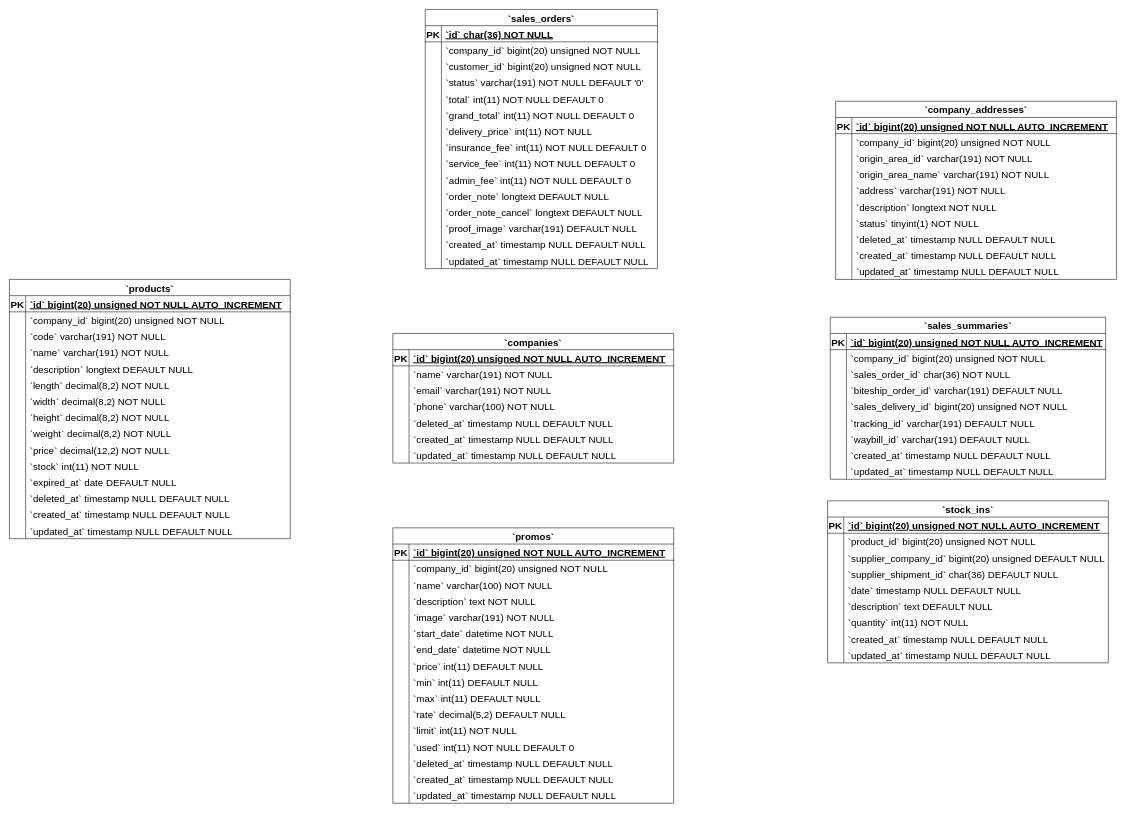
Before: Companies ERD Split Diagram 2.drawio in Simasco/diagram, a draw.io diagram. Source tidied: cells renumbered, new cells numbered last; positions are measured from the earlier drawing's top-left corner, leaving out a move shared by most shapes. Both pictures are drawn from the tidied source at 54%, with x=0, y=0 at pixel (9, 9).
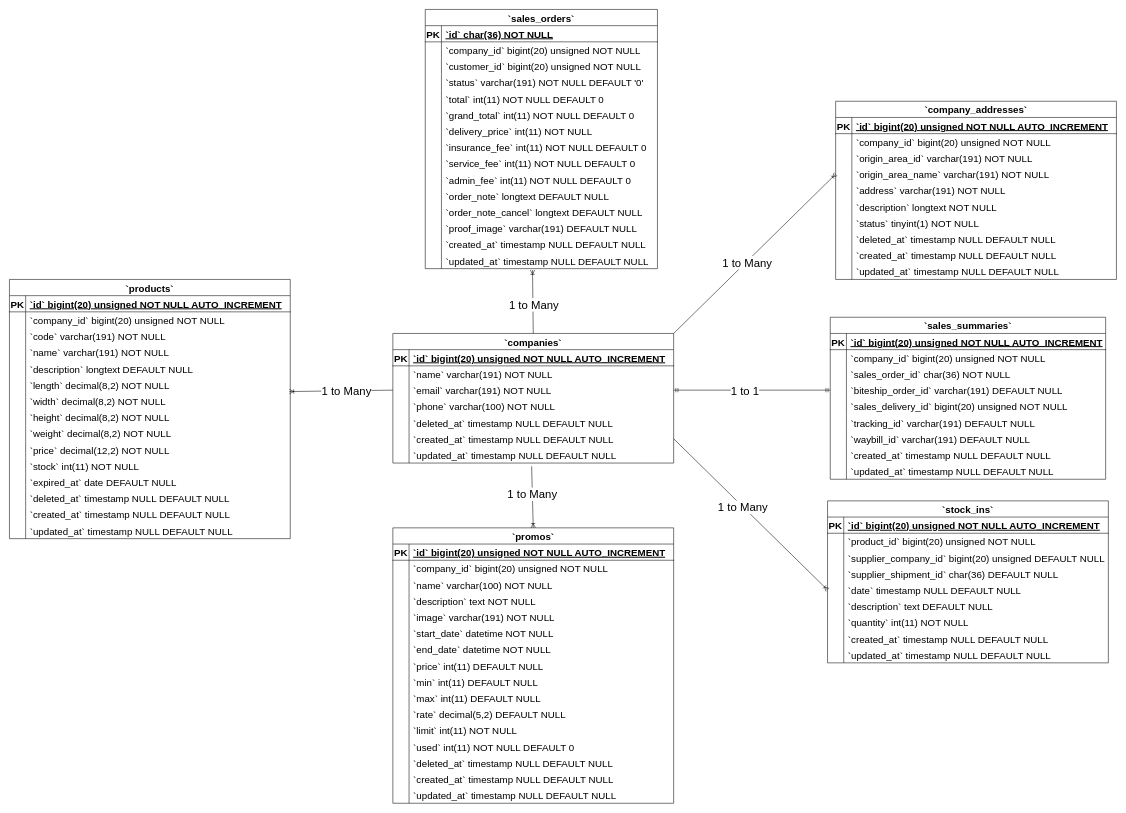
The same page after the edit.

The change refers to these unchanged cells:
```xml
<mxCell id="2" value="`companies`" style="shape=table;startSize=30;childLayout=tableLayout;rowLines=0;fontStyle=1;align=center;fontSize=18;" parent="1" vertex="1">
  <mxGeometry x="710" y="600" width="520" height="240" as="geometry" />
</mxCell>
<mxCell id="9" style="shape=tableRow;horizontal=0;startSize=0;swimlaneHead=0;swimlaneBody=0;fillColor=none;points=[[0,0.5],[1,0.5]];portConstraint=eastwest;strokeColor=inherit;top=0;left=0;right=0;bottom=0;fontSize=18;" parent="2" vertex="1">
  <mxGeometry y="90" width="520" height="30" as="geometry" />
</mxCell>
<mxCell id="18" style="shape=tableRow;horizontal=0;startSize=0;swimlaneHead=0;swimlaneBody=0;fillColor=none;points=[[0,0.5],[1,0.5]];portConstraint=eastwest;strokeColor=inherit;top=0;left=0;right=0;bottom=0;fontSize=18;" parent="2" vertex="1">
  <mxGeometry y="180" width="520" height="30" as="geometry" />
</mxCell>
<mxCell id="24" value="`promos`" style="shape=table;startSize=30;childLayout=tableLayout;rowLines=0;fontStyle=1;align=center;fontSize=18;" parent="1" vertex="1">
  <mxGeometry x="710" y="960" width="520" height="510" as="geometry" />
</mxCell>
<mxCell id="86" style="shape=tableRow;horizontal=0;startSize=0;swimlaneHead=0;swimlaneBody=0;fillColor=none;points=[[0,0.5],[1,0.5]];portConstraint=eastwest;strokeColor=inherit;top=0;left=0;right=0;bottom=0;fontSize=18;" parent="73" vertex="1">
  <mxGeometry y="150" width="520" height="30" as="geometry" />
</mxCell>
<mxCell id="111" style="shape=tableRow;horizontal=0;startSize=0;swimlaneHead=0;swimlaneBody=0;fillColor=none;points=[[0,0.5],[1,0.5]];portConstraint=eastwest;strokeColor=inherit;top=0;left=0;right=0;bottom=0;fontSize=18;" parent="101" vertex="1">
  <mxGeometry y="120" width="520" height="30" as="geometry" />
</mxCell>
<mxCell id="151" style="shape=tableRow;horizontal=0;startSize=0;swimlaneHead=0;swimlaneBody=0;fillColor=none;points=[[0,0.5],[1,0.5]];portConstraint=eastwest;strokeColor=inherit;top=0;left=0;right=0;bottom=0;fontSize=18;" parent="132" vertex="1">
  <mxGeometry y="210" width="520" height="30" as="geometry" />
</mxCell>
<mxCell id="221" style="shape=tableRow;horizontal=0;startSize=0;swimlaneHead=0;swimlaneBody=0;fillColor=none;points=[[0,0.5],[1,0.5]];portConstraint=eastwest;strokeColor=inherit;top=0;left=0;right=0;bottom=0;fontSize=18;" parent="178" vertex="1">
  <mxGeometry y="450" width="430" height="30" as="geometry" />
</mxCell>
<mxCell id="234" style="shape=tableRow;horizontal=0;startSize=0;swimlaneHead=0;swimlaneBody=0;fillColor=none;points=[[0,0.5],[1,0.5]];portConstraint=eastwest;strokeColor=inherit;top=0;left=0;right=0;bottom=0;fontSize=18;" parent="224" vertex="1">
  <mxGeometry y="120" width="510" height="30" as="geometry" />
</mxCell>
```

Diff of the diagram source:
```diff
@@
+    <mxCell id="252" style="fontSize=12;html=1;endArrow=ERoneToMany;rounded=0;exitX=1;exitY=0;exitDx=0;exitDy=0;entryX=0;entryY=0.5;entryDx=0;entryDy=0;" parent="1" edge="1" source="2" target="111">
+      <mxGeometry relative="1" as="geometry" />
+    </mxCell>
+    <mxCell id="253" value="&lt;font style=&quot;font-size: 21px;&quot;&gt;1 to Many&lt;/font&gt;" style="edgeLabel;html=1;align=center;verticalAlign=middle;" parent="252" vertex="1">
+      <mxGeometry x="-0.1" y="-1" relative="1" as="geometry" />
+    </mxCell>
+    <mxCell id="254" style="fontSize=12;html=1;endArrow=ERmandOne;rounded=0;exitX=1;exitY=0.5;exitDx=0;exitDy=0;entryX=0;entryY=0.5;entryDx=0;entryDy=0;endFill=0;startArrow=ERmandOne;startFill=0;" parent="1" edge="1" source="9" target="234">
+      <mxGeometry relative="1" as="geometry" />
+    </mxCell>
+    <mxCell id="255" value="&lt;font style=&quot;font-size: 21px;&quot;&gt;1 to 1&lt;/font&gt;" style="edgeLabel;html=1;align=center;verticalAlign=middle;" parent="254" vertex="1">
+      <mxGeometry x="-0.1" y="-1" relative="1" as="geometry" />
+    </mxCell>
+    <mxCell id="256" style="fontSize=12;html=1;endArrow=ERoneToMany;rounded=0;exitX=1;exitY=0.5;exitDx=0;exitDy=0;entryX=0;entryY=0.5;entryDx=0;entryDy=0;" parent="1" edge="1" source="18" target="86">
+      <mxGeometry relative="1" as="geometry" />
+    </mxCell>
+    <mxCell id="257" value="&lt;font style=&quot;font-size: 21px;&quot;&gt;1 to Many&lt;/font&gt;" style="edgeLabel;html=1;align=center;verticalAlign=middle;" parent="256" vertex="1">
+      <mxGeometry x="-0.1" y="-1" relative="1" as="geometry" />
+    </mxCell>
+    <mxCell id="258" style="fontSize=12;html=1;endArrow=ERoneToMany;rounded=0;entryX=0.5;entryY=0;entryDx=0;entryDy=0;" parent="1" edge="1" target="24">
+      <mxGeometry relative="1" as="geometry">
+        <mxPoint x="967" y="846" as="sourcePoint" />
+      </mxGeometry>
+    </mxCell>
+    <mxCell id="259" value="&lt;font style=&quot;font-size: 21px;&quot;&gt;1 to Many&lt;/font&gt;" style="edgeLabel;html=1;align=center;verticalAlign=middle;" parent="258" vertex="1">
+      <mxGeometry x="-0.1" y="-1" relative="1" as="geometry" />
+    </mxCell>
+    <mxCell id="260" style="fontSize=12;html=1;endArrow=ERoneToMany;rounded=0;entryX=0.462;entryY=1.086;entryDx=0;entryDy=0;exitX=0.5;exitY=0;exitDx=0;exitDy=0;entryPerimeter=0;" parent="1" edge="1" source="2" target="221">
+      <mxGeometry relative="1" as="geometry" />
+    </mxCell>
+    <mxCell id="261" value="&lt;font style=&quot;font-size: 21px;&quot;&gt;1 to Many&lt;/font&gt;" style="edgeLabel;html=1;align=center;verticalAlign=middle;" parent="260" vertex="1">
+      <mxGeometry x="-0.1" y="-1" relative="1" as="geometry" />
+    </mxCell>
+    <mxCell id="262" style="fontSize=12;html=1;endArrow=ERoneToMany;rounded=0;entryX=0.997;entryY=-0.08;entryDx=0;entryDy=0;exitX=0;exitY=0.5;exitDx=0;exitDy=0;entryPerimeter=0;" parent="1" edge="1" source="9" target="151">
+      <mxGeometry relative="1" as="geometry" />
+    </mxCell>
+    <mxCell id="263" value="&lt;font style=&quot;font-size: 21px;&quot;&gt;1 to Many&lt;/font&gt;" style="edgeLabel;html=1;align=center;verticalAlign=middle;" parent="262" vertex="1">
+      <mxGeometry x="-0.1" y="-1" relative="1" as="geometry" />
+    </mxCell>
```
